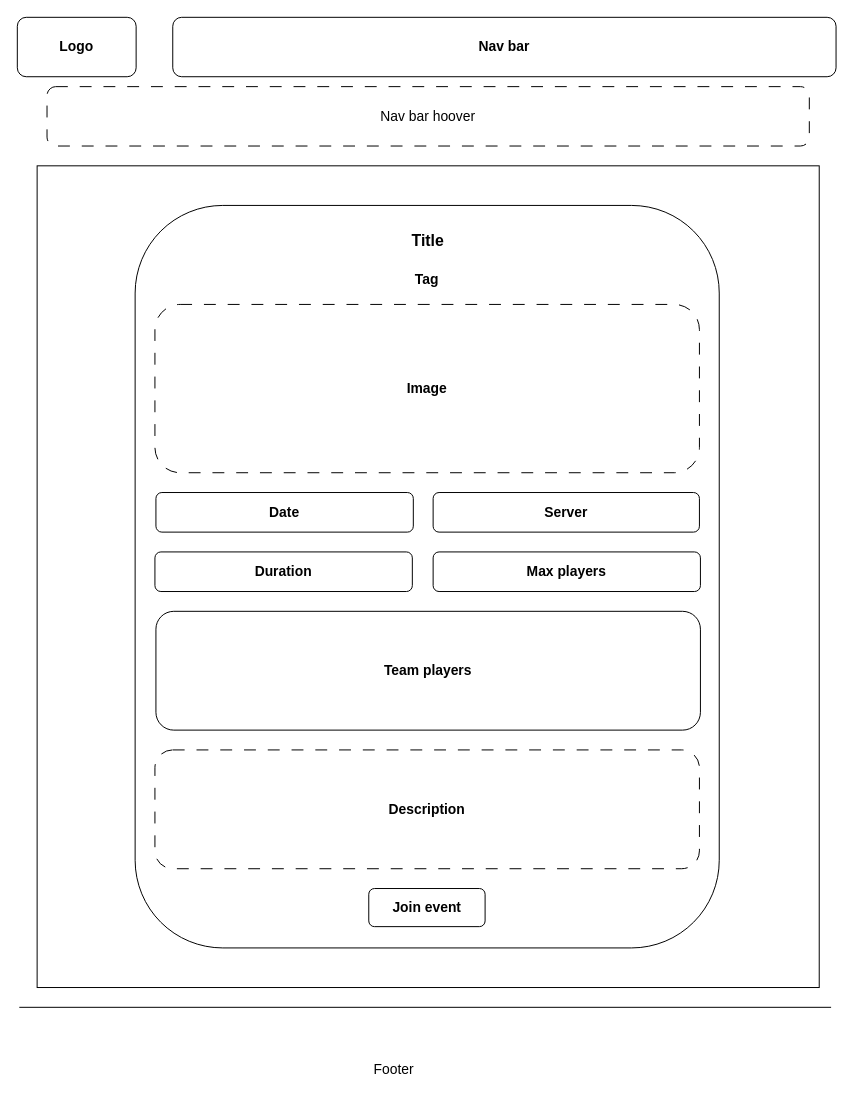
AlexandreDejour/DofusGroup keeps this draw.io diagram as page "Event Page" (4 of 4) of docs/front/pages-wireframe.drawio. Above is the earlier version. Source tidied: cells renumbered, new cells numbered last; positions are measured from the earlier drawing's top-left corner, leaving out a move shared by most shapes. Both pictures are drawn from the tidied source at 99%, with x=0, y=0 at pixel (17, 17).
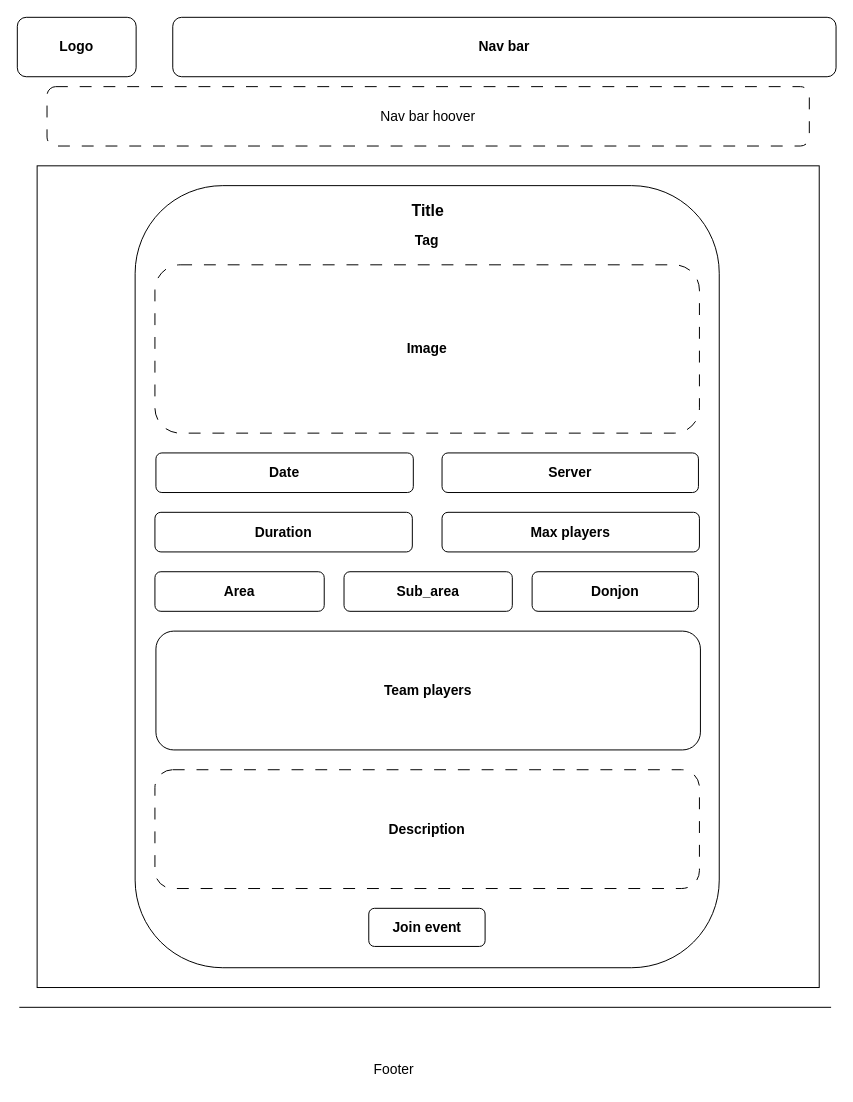
Above is the later version.

Diff of the diagram source:
```diff
@@
     <mxCell id="8" style="rounded=1;whiteSpace=wrap;html=1;fillColor=none;" parent="1" vertex="1">
-      <mxGeometry x="119" y="190" width="590" height="750" as="geometry" />
+      <mxGeometry x="119" y="170" width="590" height="790" as="geometry" />
     </mxCell>
     <mxCell id="9" value="&lt;font style=&quot;font-size: 16px;&quot;&gt;&lt;b style=&quot;&quot;&gt;Title&lt;/b&gt;&lt;/font&gt;" style="text;html=1;align=center;verticalAlign=middle;whiteSpace=wrap;rounded=0;" parent="1" vertex="1">
-      <mxGeometry x="385" y="210" width="60" height="30" as="geometry" />
+      <mxGeometry x="385" y="180" width="60" height="30" as="geometry" />
     </mxCell>
     <mxCell id="10" value="&lt;font style=&quot;font-size: 14px;&quot;&gt;&lt;b&gt;Image&lt;/b&gt;&lt;/font&gt;" style="rounded=1;whiteSpace=wrap;html=1;fillColor=none;dashed=1;dashPattern=12 12;" parent="1" vertex="1">
-      <mxGeometry x="139" y="290" width="550" height="170" as="geometry" />
+      <mxGeometry x="139" y="250" width="550" height="170" as="geometry" />
     </mxCell>
     <mxCell id="11" value="&lt;font style=&quot;font-size: 14px;&quot;&gt;&lt;b&gt;Join event&lt;/b&gt;&lt;/font&gt;" style="rounded=1;whiteSpace=wrap;html=1;fillColor=none;" parent="1" vertex="1">
-      <mxGeometry x="355" y="880" width="117.5" height="38.5" as="geometry" />
+      <mxGeometry x="355" y="900" width="117.5" height="38.5" as="geometry" />
     </mxCell>
     <mxCell id="12" value="&lt;font style=&quot;font-size: 14px;&quot;&gt;&lt;b&gt;Description&lt;/b&gt;&lt;/font&gt;" style="rounded=1;whiteSpace=wrap;html=1;fillColor=none;strokeColor=default;dashed=1;dashPattern=12 12;" parent="1" vertex="1">
-      <mxGeometry x="139" y="740" width="550" height="120" as="geometry" />
+      <mxGeometry x="139" y="760" width="550" height="120" as="geometry" />
     </mxCell>
     <mxCell id="13" value="&lt;b&gt;&lt;font style=&quot;font-size: 14px;&quot;&gt;Tag&lt;/font&gt;&lt;/b&gt;" style="text;html=1;align=center;verticalAlign=middle;whiteSpace=wrap;rounded=0;" parent="1" vertex="1">
-      <mxGeometry x="384" y="250" width="60" height="30" as="geometry" />
+      <mxGeometry x="384" y="210" width="60" height="30" as="geometry" />
     </mxCell>
     <mxCell id="14" value="&lt;b&gt;&lt;font style=&quot;font-size: 14px;&quot;&gt;Team players&lt;/font&gt;&lt;/b&gt;" style="rounded=1;whiteSpace=wrap;html=1;fillColor=none;" parent="1" vertex="1">
-      <mxGeometry x="140" y="600" width="550" height="120" as="geometry" />
+      <mxGeometry x="140" y="620" width="550" height="120" as="geometry" />
     </mxCell>
     <mxCell id="15" value="&lt;b&gt;&lt;font style=&quot;font-size: 14px;&quot;&gt;Date&lt;/font&gt;&lt;/b&gt;" style="rounded=1;whiteSpace=wrap;html=1;fillColor=none;" parent="1" vertex="1">
-      <mxGeometry x="140" y="480" width="260" height="40" as="geometry" />
+      <mxGeometry x="140" y="440" width="260" height="40" as="geometry" />
     </mxCell>
     <mxCell id="16" value="&lt;b&gt;&lt;font style=&quot;font-size: 14px;&quot;&gt;Server&lt;/font&gt;&lt;/b&gt;" style="rounded=1;whiteSpace=wrap;html=1;fillColor=none;" parent="1" vertex="1">
-      <mxGeometry x="420" y="480" width="269" height="40" as="geometry" />
+      <mxGeometry x="429" y="440" width="259" height="40" as="geometry" />
     </mxCell>
     <mxCell id="17" value="&lt;b&gt;&lt;font style=&quot;font-size: 14px;&quot;&gt;Duration&lt;/font&gt;&lt;/b&gt;" style="rounded=1;whiteSpace=wrap;html=1;fillColor=none;" parent="1" vertex="1">
-      <mxGeometry x="139" y="540" width="260" height="40" as="geometry" />
+      <mxGeometry x="139" y="500" width="260" height="40" as="geometry" />
     </mxCell>
     <mxCell id="18" value="&lt;b&gt;&lt;font style=&quot;font-size: 14px;&quot;&gt;Max players&lt;/font&gt;&lt;/b&gt;" style="rounded=1;whiteSpace=wrap;html=1;fillColor=none;" parent="1" vertex="1">
-      <mxGeometry x="420" y="540" width="270" height="40" as="geometry" />
+      <mxGeometry x="429" y="500" width="260" height="40" as="geometry" />
     </mxCell>
+    <mxCell id="19" value="&lt;b&gt;&lt;font style=&quot;font-size: 14px;&quot;&gt;Area&lt;/font&gt;&lt;/b&gt;" style="rounded=1;whiteSpace=wrap;html=1;fillColor=none;" parent="1" vertex="1">
+      <mxGeometry x="139" y="560" width="171" height="40" as="geometry" />
+    </mxCell>
+    <mxCell id="20" value="&lt;b&gt;&lt;font style=&quot;font-size: 14px;&quot;&gt;Sub_area&lt;/font&gt;&lt;/b&gt;" style="rounded=1;whiteSpace=wrap;html=1;fillColor=none;" parent="1" vertex="1">
+      <mxGeometry x="330" y="560" width="170" height="40" as="geometry" />
+    </mxCell>
+    <mxCell id="21" value="&lt;b&gt;&lt;font style=&quot;font-size: 14px;&quot;&gt;Donjon&lt;/font&gt;&lt;/b&gt;" style="rounded=1;whiteSpace=wrap;html=1;fillColor=none;" parent="1" vertex="1">
+      <mxGeometry x="520" y="560" width="168" height="40" as="geometry" />
+    </mxCell>
```
